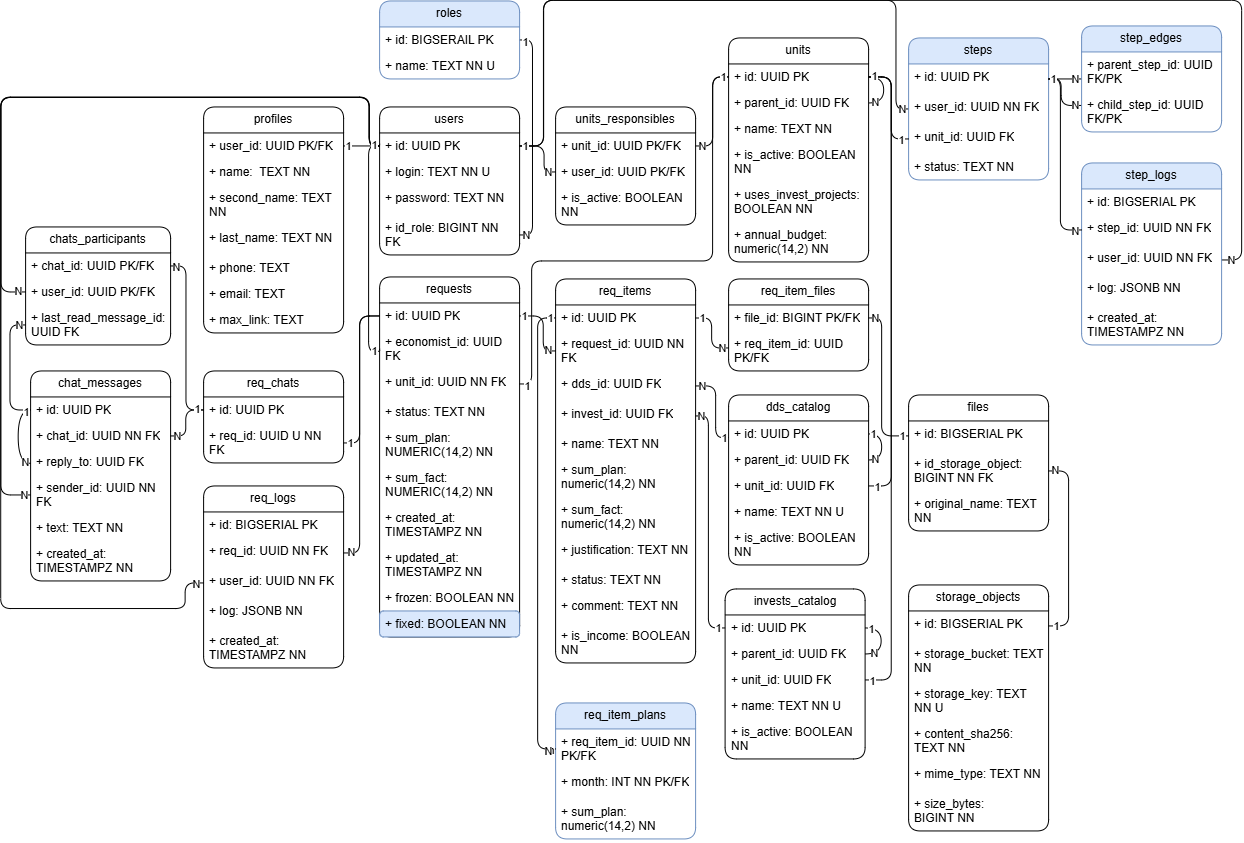
Earlier version of the draw.io export docs/db_schemas/v2-27_07.png (alexonderia/BudgetBasket). Source tidied: cells renumbered, new cells last; positions are measured from the earlier drawing's top-left corner, leaving out a move shared by most shapes.
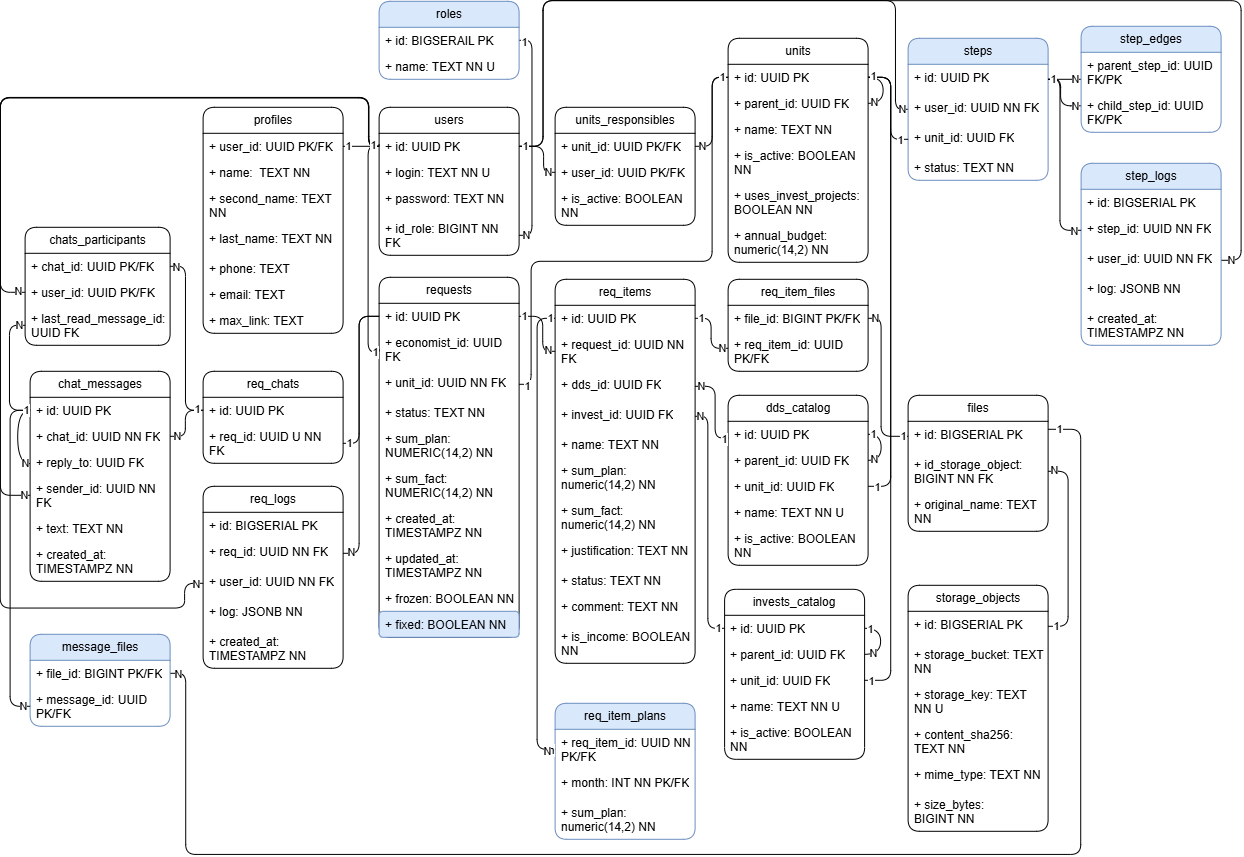
After the commit.

What changed in the source:
```diff
@@ -256,6 +256,24 @@
     <mxCell id="76" value="+ is_active: BOOLEAN NN" style="text;strokeColor=none;fillColor=none;align=left;verticalAlign=top;spacingLeft=4;spacingRight=4;overflow=hidden;whiteSpace=wrap;html=1;rounded=1;" parent="68" vertex="1">
       <mxGeometry y="130" width="140" height="40" as="geometry" />
     </mxCell>
+    <mxCell id="201" style="edgeStyle=orthogonalEdgeStyle;rounded=1;jettySize=auto;html=1;exitX=1;exitY=0.25;exitDx=0;exitDy=0;entryX=1;entryY=0.5;entryDx=0;entryDy=0;endArrow=none;endFill=0;curved=0;" parent="1" edge="1" source="77" target="205">
+      <mxGeometry relative="1" as="geometry">
+        <Array as="points">
+          <mxPoint x="1080.6" y="429" />
+          <mxPoint x="1080.6" y="854.2" />
+          <mxPoint x="185.6" y="854.2" />
+          <mxPoint x="185.6" y="673" />
+        </Array>
+      </mxGeometry>
+    </mxCell>
+    <mxCell id="202" value="1" style="edgeLabel;html=1;align=center;verticalAlign=middle;" parent="201" vertex="1">
+      <mxGeometry x="-0.98" relative="1" as="geometry" />
+    </mxCell>
+    <mxCell id="203" value="N" style="edgeLabel;html=1;align=center;verticalAlign=middle;" parent="201" vertex="1">
+      <mxGeometry x="0.99" y="-1" relative="1" as="geometry">
+        <mxPoint x="-3" y="2" as="offset" />
+      </mxGeometry>
+    </mxCell>
     <mxCell id="77" value="files" style="swimlane;fontStyle=0;horizontal=1;startSize=26;whiteSpace=wrap;html=1;rounded=1;" parent="1" vertex="1">
       <mxGeometry x="908" y="395" width="140" height="136" as="geometry" />
     </mxCell>
@@ -548,9 +566,6 @@
         </Array>
       </mxGeometry>
     </mxCell>
-    <mxCell id="142" value="1" style="edgeLabel;html=1;align=center;verticalAlign=middle;" parent="141" vertex="1">
-      <mxGeometry x="0.93" y="-2" relative="1" as="geometry" />
-    </mxCell>
     <mxCell id="143" value="N" style="edgeLabel;html=1;align=center;verticalAlign=middle;" parent="141" vertex="1">
       <mxGeometry x="-0.89" relative="1" as="geometry" />
     </mxCell>
@@ -613,8 +628,8 @@
       <mxGeometry relative="1" as="geometry">
         <Array as="points">
           <mxPoint x="184.5" y="583" />
-          <mxPoint x="184.5" y="608.5" />
-          <mxPoint x="0.1" y="608.5" />
+          <mxPoint x="184.5" y="607.7" />
+          <mxPoint x="0.1" y="607.7" />
           <mxPoint x="0.1" y="97.5" />
           <mxPoint x="368.7" y="97.5" />
           <mxPoint x="368.7" y="146" />
@@ -798,5 +813,25 @@
         <mxPoint x="-2" y="-3" as="offset" />
       </mxGeometry>
     </mxCell>
+    <mxCell id="204" value="message_files" style="swimlane;fontStyle=0;horizontal=1;startSize=26;fillColor=#dae8fc;whiteSpace=wrap;html=1;rounded=1;strokeColor=#6c8ebf;" parent="1" vertex="1">
+      <mxGeometry x="30" y="634" width="140" height="92" as="geometry" />
+    </mxCell>
+    <mxCell id="205" value="+ file_id: BIGINT PK/FK" style="text;strokeColor=none;fillColor=none;align=left;verticalAlign=top;spacingLeft=4;spacingRight=4;overflow=hidden;points=[[0,0.5],[1,0.5]];portConstraint=eastwest;whiteSpace=wrap;html=1;rounded=1;" parent="204" vertex="1">
+      <mxGeometry y="26" width="140" height="26" as="geometry" />
+    </mxCell>
+    <mxCell id="206" value="+ message_id: UUID PK/FK" style="text;strokeColor=none;fillColor=none;align=left;verticalAlign=top;spacingLeft=4;spacingRight=4;overflow=hidden;points=[[0,0.5],[1,0.5]];portConstraint=eastwest;whiteSpace=wrap;html=1;rounded=1;" parent="204" vertex="1">
+      <mxGeometry y="52" width="140" height="40" as="geometry" />
+    </mxCell>
+    <mxCell id="207" style="edgeStyle=orthogonalEdgeStyle;rounded=1;jettySize=auto;html=1;exitX=0;exitY=0.5;exitDx=0;exitDy=0;entryX=0;entryY=0.5;entryDx=0;entryDy=0;endArrow=none;endFill=0;curved=0;" parent="1" edge="1" source="124" target="206">
+      <mxGeometry relative="1" as="geometry" />
+    </mxCell>
+    <mxCell id="208" value="1" style="edgeLabel;html=1;align=center;verticalAlign=middle;" parent="207" vertex="1">
+      <mxGeometry x="-0.98" relative="1" as="geometry" />
+    </mxCell>
+    <mxCell id="209" value="N" style="edgeLabel;html=1;align=center;verticalAlign=middle;" parent="207" vertex="1">
+      <mxGeometry x="0.97" relative="1" as="geometry">
+        <mxPoint x="-1" as="offset" />
+      </mxGeometry>
+    </mxCell>
   </root>
 </mxGraphModel>
```
